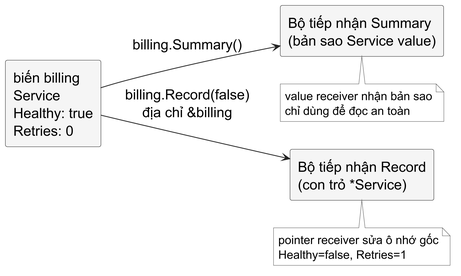
Minhlike/Golang keeps this PlantUML diagram as assets/diagrams/method-receiver-trace.png. Above is the earlier version. The source it was exported from:
```plantuml
@startuml
skinparamlocked dpi 300
skinparam backgroundColor white
skinparam shadowing false
skinparam defaultFontName "Source Sans 3"
skinparam defaultFontSize 18
skinparam defaultFontColor #000000
skinparam rectangle {
  BackgroundColor #F5F5F5
  BorderColor #222222
  FontColor #000000
  RoundCorner 5
}
skinparam arrowColor #222222
skinparam note {
  BackgroundColor #FFFFFF
  BorderColor #555555
  FontColor #000000
  FontName "Source Sans 3"
  FontSize 15
}
left to right direction
rectangle "biến billing\nService\nHealthy: true\nRetries: 0" as billing
rectangle "Bộ tiếp nhận Summary\n(bản sao Service value)" as summary
rectangle "Bộ tiếp nhận Record\n(con trỏ *Service)" as record
billing --> summary : billing.Summary()
billing --> record : billing.Record(false)\nđịa chỉ &billing
note bottom of summary : value receiver nhận bản sao\nchỉ dùng để đọc an toàn
note bottom of record : pointer receiver sửa ô nhớ gốc\nHealthy=false, Retries=1
@enduml
```
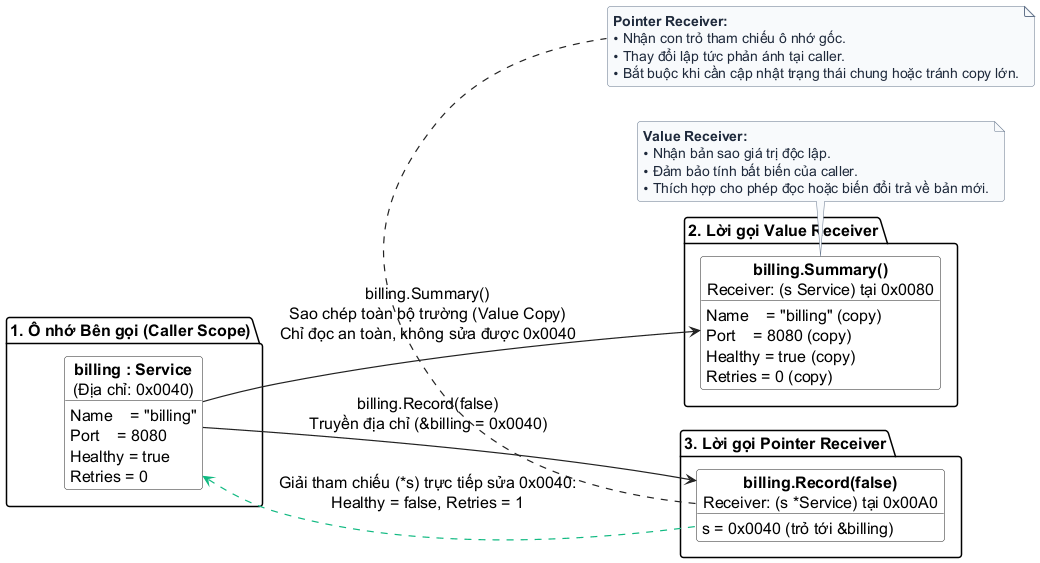
Later version of the same file.

Diff of the diagram source:
```diff
@@ -1,30 +1,66 @@
 @startuml
-skinparamlocked dpi 300
-skinparam backgroundColor white
+skinparam backgroundColor #FFFFFF
+skinparam defaultFontName "Source Sans 3"
+skinparam defaultFontSize 16
 skinparam shadowing false
-skinparam defaultFontName "Source Sans 3"
-skinparam defaultFontSize 18
-skinparam defaultFontColor #000000
-skinparam rectangle {
-  BackgroundColor #F5F5F5
+skinparam roundCorner 6
+skinparam arrowColor #222222
+skinparam arrowThickness 1.2
+
+skinparam object {
+  BackgroundColor #FFFFFF
   BorderColor #222222
   FontColor #000000
-  RoundCorner 5
 }
-skinparam arrowColor #222222
+
 skinparam note {
-  BackgroundColor #FFFFFF
-  BorderColor #555555
-  FontColor #000000
-  FontName "Source Sans 3"
-  FontSize 15
+  BackgroundColor #F8FAFC
+  BorderColor #64748B
+  FontColor #1E293B
+  FontSize 14
 }
+
 left to right direction
-rectangle "biến billing\nService\nHealthy: true\nRetries: 0" as billing
-rectangle "Bộ tiếp nhận Summary\n(bản sao Service value)" as summary
-rectangle "Bộ tiếp nhận Record\n(con trỏ *Service)" as record
-billing --> summary : billing.Summary()
-billing --> record : billing.Record(false)\nđịa chỉ &billing
-note bottom of summary : value receiver nhận bản sao\nchỉ dùng để đọc an toàn
-note bottom of record : pointer receiver sửa ô nhớ gốc\nHealthy=false, Retries=1
+
+package "1. Ô nhớ Bên gọi (Caller Scope)" as caller_box {
+  object "<b>billing : Service</b>\n(Địa chỉ: 0x0040)" as billing {
+    Name    = "billing"
+    Port    = 8080
+    Healthy = true
+    Retries = 0
+  }
+}
+
+package "2. Lời gọi Value Receiver" as val_box {
+  object "<b>billing.Summary()</b>\nReceiver: (s Service) tại 0x0080" as summary {
+    Name    = "billing" (copy)
+    Port    = 8080 (copy)
+    Healthy = true (copy)
+    Retries = 0 (copy)
+  }
+}
+
+package "3. Lời gọi Pointer Receiver" as ptr_box {
+  object "<b>billing.Record(false)</b>\nReceiver: (s *Service) tại 0x00A0" as record {
+    s = 0x0040 (trỏ tới &billing)
+  }
+}
+
+billing -down-> summary : billing.Summary()\nSao chép toàn bộ trường (Value Copy)\nChỉ đọc an toàn, không sửa được 0x0040
+billing -down-> record : billing.Record(false)\nTruyền địa chỉ (&billing = 0x0040)
+record .[#10B981]up.> billing : Giải tham chiếu (*s) trực tiếp sửa 0x0040:\nHealthy = false, Retries = 1
+
+note bottom of summary
+  <b>Value Receiver:</b>
+  • Nhận bản sao giá trị độc lập.
+  • Đảm bảo tính bất biến của caller.
+  • Thích hợp cho phép đọc hoặc biến đổi trả về bản mới.
+end note
+
+note bottom of record
+  <b>Pointer Receiver:</b>
+  • Nhận con trỏ tham chiếu ô nhớ gốc.
+  • Thay đổi lập tức phản ánh tại caller.
+  • Bắt buộc khi cần cập nhật trạng thái chung hoặc tránh copy lớn.
+end note
 @enduml
```
